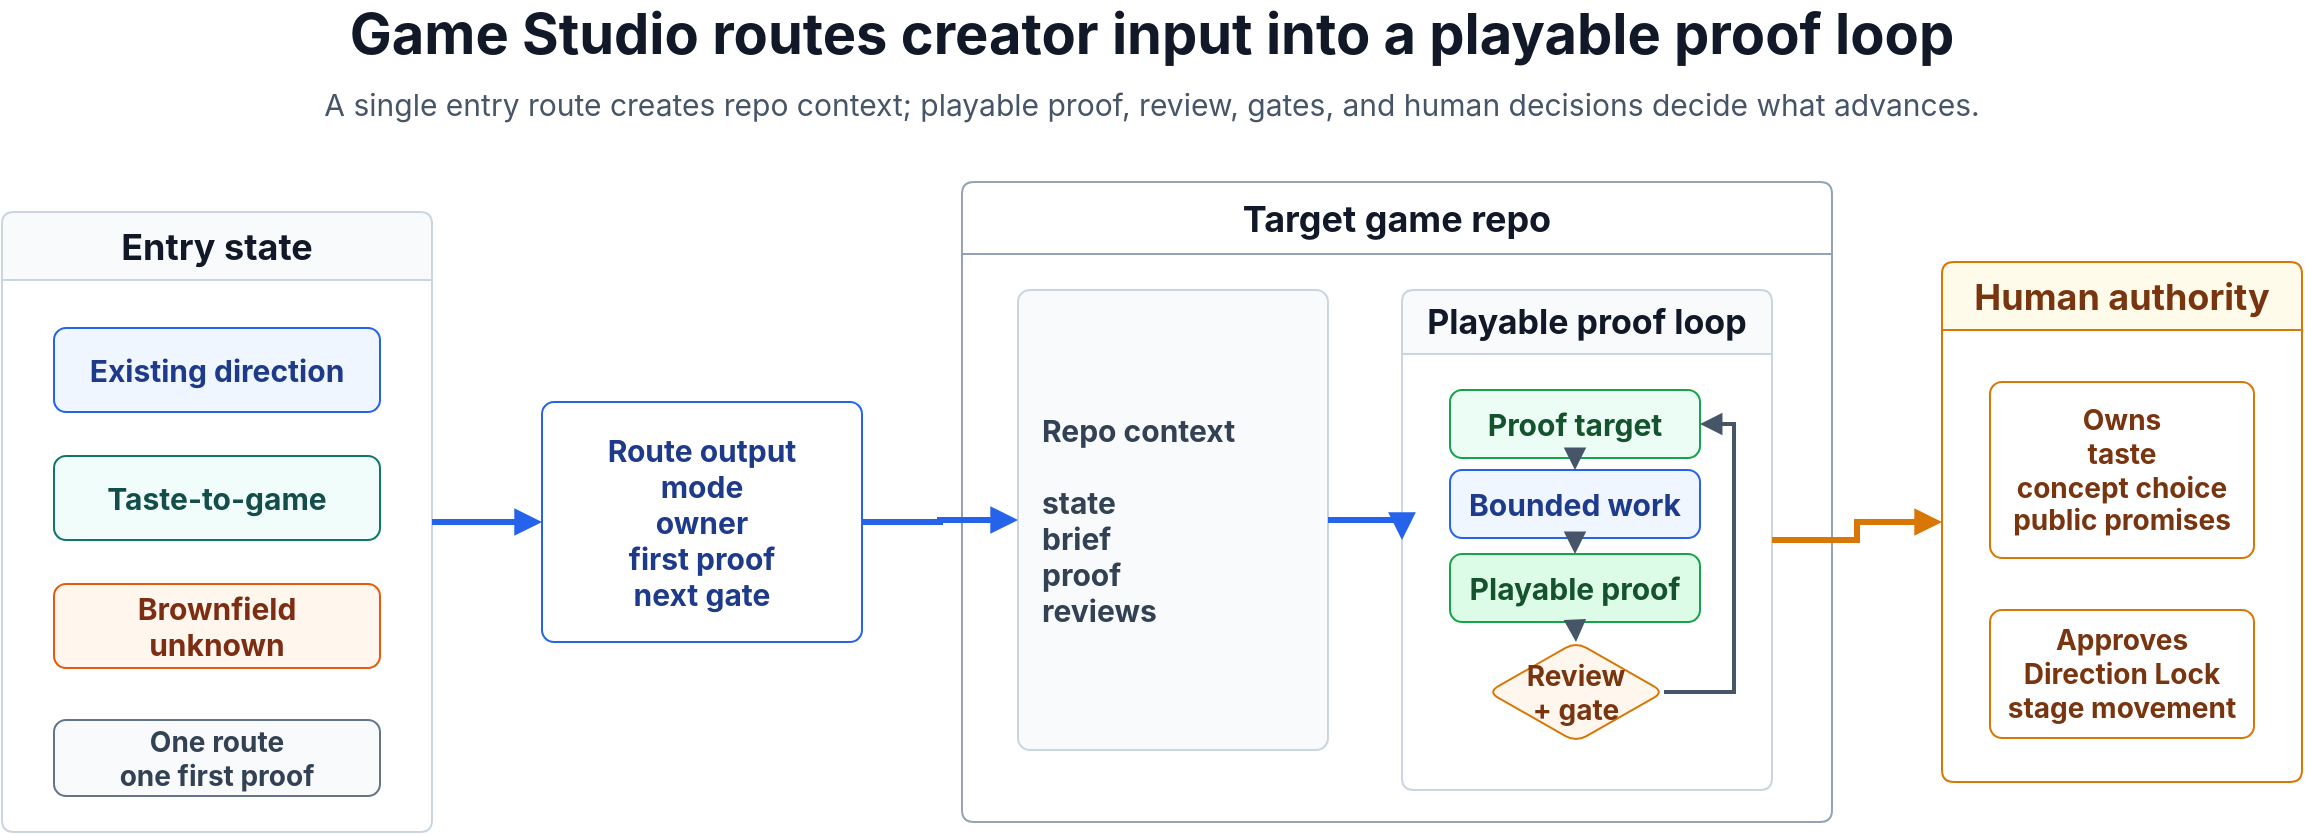
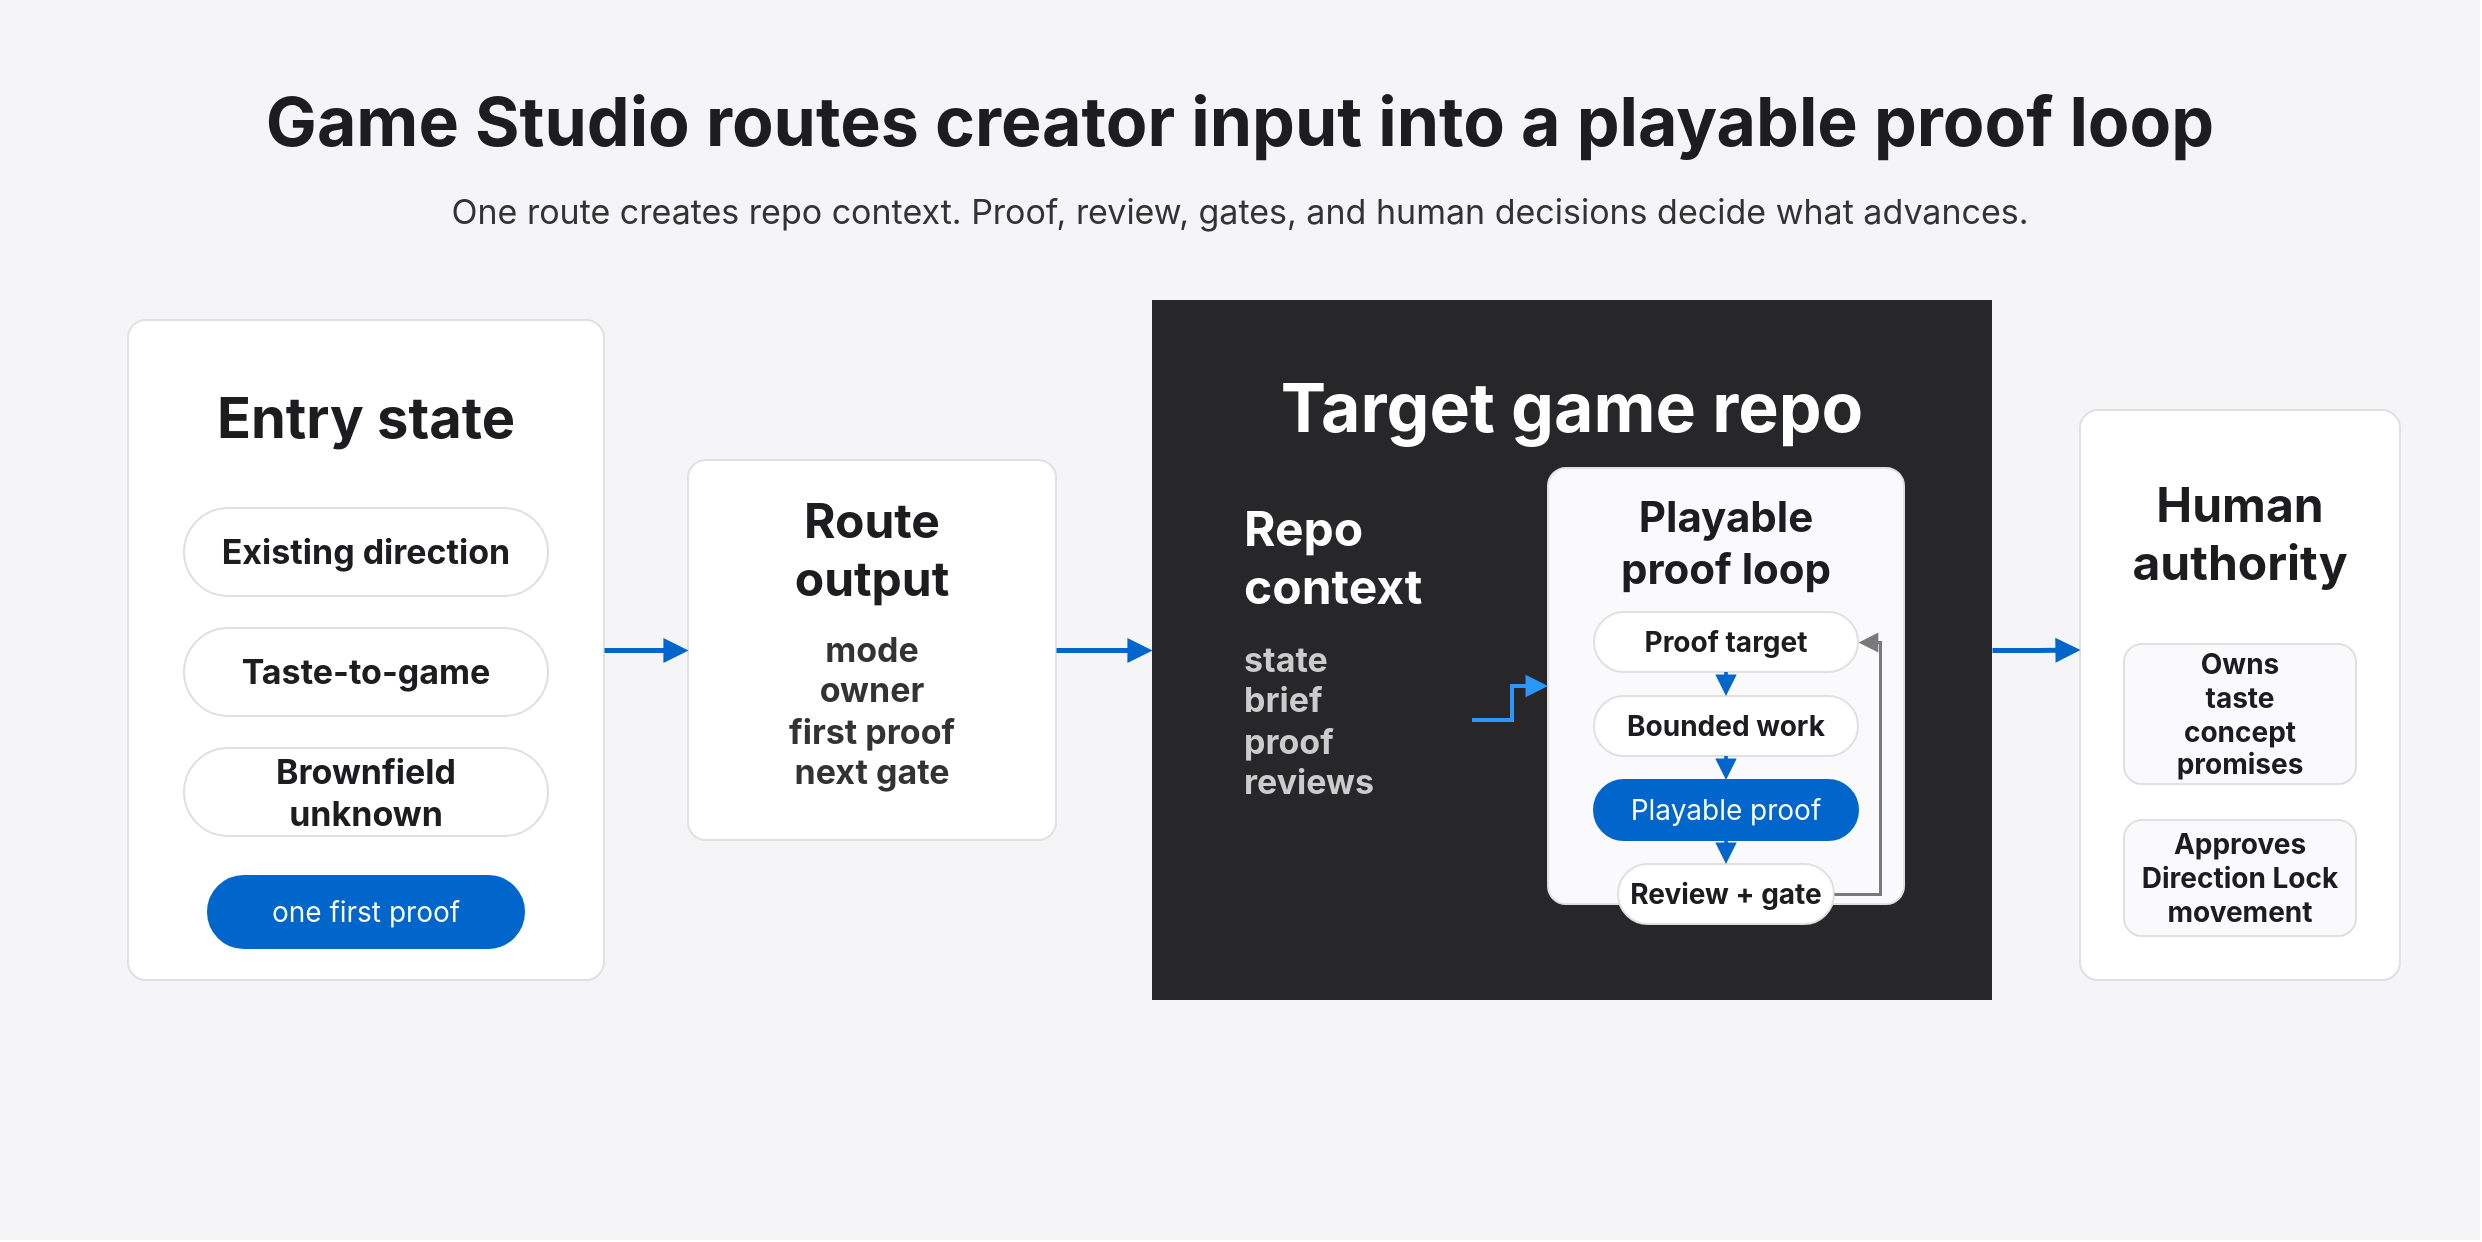
<mxfile host="app.diagrams.net" modified="2026-05-05T00:00:00.000Z" agent="Codex" version="24.7.17" type="device">
  <diagram id="game-studio-system-map" name="Game Studio system map">
-     <mxGraphModel dx="1240" dy="520" grid="1" gridSize="10" guides="1" tooltips="1" connect="1" arrows="1" fold="1" page="1" pageScale="1" pageWidth="1240" pageHeight="520" math="0" shadow="0" adaptiveColors="auto">
+     <mxGraphModel dx="1240" dy="620" grid="1" gridSize="10" guides="1" tooltips="1" connect="1" arrows="1" fold="1" page="1" pageScale="1" pageWidth="1240" pageHeight="620" math="0" shadow="0" adaptiveColors="auto">
      <root>
        <mxCell id="0" />
        <mxCell id="1" parent="0" />
-         <mxCell id="title" value="Game Studio routes creator input into a playable proof loop" style="text;html=1;fontFamily=Inter,Helvetica,Arial;strokeColor=none;fillColor=none;align=center;verticalAlign=middle;whiteSpace=wrap;rounded=0;fontSize=28;fontStyle=1;fontColor=#111827;" vertex="1" parent="1">
-           <mxGeometry x="80" y="24" width="1080" height="34" as="geometry" />
+         <mxCell id="canvas" value="" style="rounded=0;whiteSpace=wrap;fillColor=#F5F5F7;strokeColor=none;container=1;pointerEvents=0;html=1;" vertex="1" parent="1">
+           <mxGeometry x="0" y="0" width="1240" height="620" as="geometry" />
        </mxCell>
-         <mxCell id="subtitle" value="A single entry route creates repo context; playable proof, review, gates, and human decisions decide what advances." style="text;html=1;fontFamily=Inter,Helvetica,Arial;strokeColor=none;fillColor=none;align=center;verticalAlign=middle;whiteSpace=wrap;rounded=0;fontSize=15;fontColor=#475569;" vertex="1" parent="1">
-           <mxGeometry x="190" y="62" width="860" height="28" as="geometry" />
+         <mxCell id="title" value="Game Studio routes creator input into a playable proof loop" style="text;fontFamily=SF Pro Display,-apple-system,BlinkMacSystemFont,Inter,Helvetica,Arial;strokeColor=none;fillColor=none;align=center;verticalAlign=middle;whiteSpace=wrap;rounded=0;fontSize=34;fontStyle=1;fontColor=#1D1D1F;html=1;" vertex="1" parent="1">
+           <mxGeometry x="130" y="40" width="980" height="42" as="geometry" />
        </mxCell>
-         <mxCell id="entry-zone" value="Entry state" style="swimlane;html=1;fontFamily=Inter,Helvetica,Arial;rounded=1;absoluteArcSize=1;arcSize=12;spacing=8;startSize=34;whiteSpace=wrap;container=1;collapsible=0;recursiveResize=0;fillColor=#F8FAFC;strokeColor=#CBD5E1;fontStyle=1;fontSize=18;fontColor=#111827;" vertex="1" parent="1">
-           <mxGeometry x="45" y="130" width="215" height="310" as="geometry" />
+         <mxCell id="subtitle" value="One route creates repo context. Proof, review, gates, and human decisions decide what advances." style="text;fontFamily=SF Pro Text,-apple-system,BlinkMacSystemFont,Inter,Helvetica,Arial;strokeColor=none;fillColor=none;align=center;verticalAlign=middle;whiteSpace=wrap;rounded=0;fontSize=17;fontColor=#333333;html=1;" vertex="1" parent="1">
+           <mxGeometry x="220" y="92" width="800" height="28" as="geometry" />
        </mxCell>
-         <mxCell id="entry-direction" value="Existing direction" style="rounded=1;absoluteArcSize=1;arcSize=12;whiteSpace=wrap;fontFamily=Inter,Helvetica,Arial;spacing=8;fillColor=#EFF6FF;strokeColor=#2563EB;fontColor=#1E3A8A;fontSize=15;fontStyle=1;html=1;" vertex="1" parent="entry-zone">
-           <mxGeometry x="26" y="58" width="163" height="42" as="geometry" />
+         <mxCell id="entry-card" value="" style="rounded=1;absoluteArcSize=1;arcSize=18;whiteSpace=wrap;fillColor=#FFFFFF;strokeColor=#E0E0E0;container=1;pointerEvents=0;html=1;" vertex="1" parent="1">
+           <mxGeometry x="64" y="160" width="238" height="330" as="geometry" />
        </mxCell>
-         <mxCell id="entry-taste" value="Taste-to-game" style="rounded=1;absoluteArcSize=1;arcSize=12;whiteSpace=wrap;fontFamily=Inter,Helvetica,Arial;spacing=8;fillColor=#F0FDFA;strokeColor=#0F766E;fontColor=#134E4A;fontSize=15;fontStyle=1;html=1;" vertex="1" parent="entry-zone">
-           <mxGeometry x="26" y="122" width="163" height="42" as="geometry" />
+         <mxCell id="entry-heading" value="Entry state" style="text;fontFamily=SF Pro Display,-apple-system,BlinkMacSystemFont,Inter,Helvetica,Arial;strokeColor=none;fillColor=none;align=center;verticalAlign=middle;whiteSpace=wrap;rounded=0;fontSize=28;fontStyle=1;fontColor=#1D1D1F;html=1;" vertex="1" parent="1">
+           <mxGeometry x="92" y="192" width="182" height="34" as="geometry" />
        </mxCell>
-         <mxCell id="entry-brownfield" value="Brownfield unknown" style="rounded=1;absoluteArcSize=1;arcSize=12;whiteSpace=wrap;fontFamily=Inter,Helvetica,Arial;spacing=8;fillColor=#FFF7ED;strokeColor=#EA580C;fontColor=#7C2D12;fontSize=15;fontStyle=1;html=1;" vertex="1" parent="entry-zone">
-           <mxGeometry x="26" y="186" width="163" height="42" as="geometry" />
+         <mxCell id="entry-direction" value="Existing direction" style="rounded=1;absoluteArcSize=1;arcSize=999;whiteSpace=wrap;fontFamily=SF Pro Text,-apple-system,BlinkMacSystemFont,Inter,Helvetica,Arial;spacing=8;fillColor=#FFFFFF;strokeColor=#E0E0E0;fontColor=#1D1D1F;fontSize=17;fontStyle=1;align=center;html=1;" vertex="1" parent="1">
+           <mxGeometry x="92" y="254" width="182" height="44" as="geometry" />
        </mxCell>
-         <mxCell id="entry-note" value="One route&#xa;one first proof" style="rounded=1;absoluteArcSize=1;arcSize=12;whiteSpace=wrap;fontFamily=Inter,Helvetica,Arial;spacing=8;fillColor=#F8FAFC;strokeColor=#64748B;fontColor=#334155;fontSize=14;fontStyle=1;align=center;html=1;" vertex="1" parent="entry-zone">
-           <mxGeometry x="26" y="254" width="163" height="38" as="geometry" />
+         <mxCell id="entry-taste" value="Taste-to-game" style="rounded=1;absoluteArcSize=1;arcSize=999;whiteSpace=wrap;fontFamily=SF Pro Text,-apple-system,BlinkMacSystemFont,Inter,Helvetica,Arial;spacing=8;fillColor=#FFFFFF;strokeColor=#E0E0E0;fontColor=#1D1D1F;fontSize=17;fontStyle=1;align=center;html=1;" vertex="1" parent="1">
+           <mxGeometry x="92" y="314" width="182" height="44" as="geometry" />
        </mxCell>
-         <mxCell id="route-card" value="Route output&#xa;mode&#xa;owner&#xa;first proof&#xa;next gate" style="rounded=1;absoluteArcSize=1;arcSize=12;whiteSpace=wrap;fontFamily=Inter,Helvetica,Arial;spacing=10;fillColor=#FFFFFF;strokeColor=#2563EB;fontColor=#1E3A8A;fontSize=15;fontStyle=1;align=center;verticalAlign=middle;html=1;" vertex="1" parent="1">
-           <mxGeometry x="315" y="225" width="160" height="120" as="geometry" />
+         <mxCell id="entry-brownfield" value="Brownfield unknown" style="rounded=1;absoluteArcSize=1;arcSize=999;whiteSpace=wrap;fontFamily=SF Pro Text,-apple-system,BlinkMacSystemFont,Inter,Helvetica,Arial;spacing=8;fillColor=#FFFFFF;strokeColor=#E0E0E0;fontColor=#1D1D1F;fontSize=17;fontStyle=1;align=center;html=1;" vertex="1" parent="1">
+           <mxGeometry x="92" y="374" width="182" height="44" as="geometry" />
        </mxCell>
-         <mxCell id="repo-zone" value="Target game repo" style="swimlane;html=1;fontFamily=Inter,Helvetica,Arial;rounded=1;absoluteArcSize=1;arcSize=12;spacing=8;startSize=36;whiteSpace=wrap;container=1;collapsible=0;recursiveResize=0;fillColor=#FFFFFF;strokeColor=#94A3B8;fontStyle=1;fontSize=18;fontColor=#111827;" vertex="1" parent="1">
-           <mxGeometry x="525" y="115" width="435" height="320" as="geometry" />
+         <mxCell id="entry-first-proof" value="one first proof" style="rounded=1;absoluteArcSize=1;arcSize=999;whiteSpace=wrap;fontFamily=SF Pro Text,-apple-system,BlinkMacSystemFont,Inter,Helvetica,Arial;spacing=8;fillColor=#0066CC;strokeColor=#0066CC;fontColor=#FFFFFF;fontSize=14;align=center;html=1;" vertex="1" parent="1">
+           <mxGeometry x="104" y="438" width="158" height="36" as="geometry" />
        </mxCell>
-         <mxCell id="context-card" value="Repo context&#xa;&#xa;state&#xa;brief&#xa;proof&#xa;reviews" style="rounded=1;absoluteArcSize=1;arcSize=12;whiteSpace=wrap;fontFamily=Inter,Helvetica,Arial;spacing=12;fillColor=#F8FAFC;strokeColor=#CBD5E1;fontColor=#334155;fontSize=15;align=left;verticalAlign=middle;fontStyle=1;html=1;" vertex="1" parent="repo-zone">
-           <mxGeometry x="28" y="54" width="155" height="230" as="geometry" />
+         <mxCell id="route-card" value="" style="rounded=1;absoluteArcSize=1;arcSize=18;whiteSpace=wrap;fillColor=#FFFFFF;strokeColor=#E0E0E0;container=1;pointerEvents=0;html=1;" vertex="1" parent="1">
+           <mxGeometry x="344" y="230" width="184" height="190" as="geometry" />
        </mxCell>
-         <mxCell id="loop-zone" value="Playable proof loop" style="swimlane;html=1;fontFamily=Inter,Helvetica,Arial;rounded=1;absoluteArcSize=1;arcSize=12;spacing=8;startSize=32;whiteSpace=wrap;container=1;collapsible=0;recursiveResize=0;fillColor=#F8FAFC;strokeColor=#CBD5E1;fontStyle=1;fontSize=17;fontColor=#111827;" vertex="1" parent="repo-zone">
-           <mxGeometry x="220" y="54" width="185" height="250" as="geometry" />
+         <mxCell id="route-title" value="Route output" style="text;fontFamily=SF Pro Display,-apple-system,BlinkMacSystemFont,Inter,Helvetica,Arial;strokeColor=none;fillColor=none;align=center;verticalAlign=middle;whiteSpace=wrap;rounded=0;fontSize=24;fontStyle=1;fontColor=#1D1D1F;html=1;" vertex="1" parent="1">
+           <mxGeometry x="372" y="260" width="128" height="30" as="geometry" />
        </mxCell>
-         <mxCell id="loop-target" value="Proof target" style="rounded=1;absoluteArcSize=1;arcSize=12;whiteSpace=wrap;fontFamily=Inter,Helvetica,Arial;spacing=8;fillColor=#ECFDF5;strokeColor=#16A34A;fontColor=#14532D;fontSize=15;fontStyle=1;align=center;html=1;" vertex="1" parent="loop-zone">
-           <mxGeometry x="24" y="50" width="125" height="34" as="geometry" />
+         <mxCell id="route-list" value="mode&#xa;owner&#xa;first proof&#xa;next gate" style="text;fontFamily=SF Pro Text,-apple-system,BlinkMacSystemFont,Inter,Helvetica,Arial;strokeColor=none;fillColor=none;align=center;verticalAlign=middle;whiteSpace=wrap;rounded=0;fontSize=17;fontStyle=1;fontColor=#333333;html=1;" vertex="1" parent="1">
+           <mxGeometry x="384" y="314" width="104" height="82" as="geometry" />
        </mxCell>
-         <mxCell id="loop-work" value="Bounded work" style="rounded=1;absoluteArcSize=1;arcSize=12;whiteSpace=wrap;fontFamily=Inter,Helvetica,Arial;spacing=8;fillColor=#EFF6FF;strokeColor=#2563EB;fontColor=#1E3A8A;fontSize=15;fontStyle=1;align=center;html=1;" vertex="1" parent="loop-zone">
-           <mxGeometry x="24" y="90" width="125" height="34" as="geometry" />
+         <mxCell id="repo-tile" value="" style="rounded=0;whiteSpace=wrap;fillColor=#272729;strokeColor=none;container=1;pointerEvents=0;html=1;" vertex="1" parent="1">
+           <mxGeometry x="576" y="150" width="420" height="350" as="geometry" />
        </mxCell>
-         <mxCell id="loop-proof" value="Playable proof" style="rounded=1;absoluteArcSize=1;arcSize=12;whiteSpace=wrap;fontFamily=Inter,Helvetica,Arial;spacing=8;fillColor=#DCFCE7;strokeColor=#16A34A;fontColor=#14532D;fontSize=15;fontStyle=1;align=center;html=1;" vertex="1" parent="loop-zone">
-           <mxGeometry x="24" y="132" width="125" height="34" as="geometry" />
+         <mxCell id="repo-title" value="Target game repo" style="text;fontFamily=SF Pro Display,-apple-system,BlinkMacSystemFont,Inter,Helvetica,Arial;strokeColor=none;fillColor=none;align=center;verticalAlign=middle;whiteSpace=wrap;rounded=0;fontSize=34;fontStyle=1;fontColor=#FFFFFF;html=1;" vertex="1" parent="1">
+           <mxGeometry x="614" y="184" width="344" height="40" as="geometry" />
        </mxCell>
-         <mxCell id="loop-review" value="Review&#xa;+ gate" style="rhombus;rounded=1;absoluteArcSize=1;arcSize=12;whiteSpace=wrap;fontFamily=Inter,Helvetica,Arial;spacing=8;fillColor=#FFF7ED;strokeColor=#D97706;fontColor=#78350F;fontSize=14;fontStyle=1;align=center;html=1;" vertex="1" parent="loop-zone">
-           <mxGeometry x="43" y="176" width="88" height="50" as="geometry" />
+         <mxCell id="context-title" value="Repo context" style="text;fontFamily=SF Pro Display,-apple-system,BlinkMacSystemFont,Inter,Helvetica,Arial;strokeColor=none;fillColor=none;align=left;verticalAlign=middle;whiteSpace=wrap;rounded=0;fontSize=24;fontStyle=1;fontColor=#FFFFFF;html=1;" vertex="1" parent="1">
+           <mxGeometry x="620" y="264" width="150" height="30" as="geometry" />
        </mxCell>
-         <mxCell id="human-zone" value="Human authority" style="swimlane;html=1;fontFamily=Inter,Helvetica,Arial;rounded=1;absoluteArcSize=1;arcSize=12;spacing=8;startSize=34;whiteSpace=wrap;container=1;collapsible=0;recursiveResize=0;fillColor=#FFFBEB;strokeColor=#D97706;fontStyle=1;fontSize=18;fontColor=#78350F;" vertex="1" parent="1">
-           <mxGeometry x="1015" y="155" width="180" height="260" as="geometry" />
+         <mxCell id="context-list" value="state&#xa;brief&#xa;proof&#xa;reviews" style="text;fontFamily=SF Pro Text,-apple-system,BlinkMacSystemFont,Inter,Helvetica,Arial;strokeColor=none;fillColor=none;align=left;verticalAlign=middle;whiteSpace=wrap;rounded=0;fontSize=17;fontStyle=1;fontColor=#CCCCCC;html=1;" vertex="1" parent="1">
+           <mxGeometry x="620" y="318" width="116" height="84" as="geometry" />
        </mxCell>
-         <mxCell id="human-owns" value="Owns&#xa;taste&#xa;concept choice&#xa;public promises" style="rounded=1;absoluteArcSize=1;arcSize=12;whiteSpace=wrap;fontFamily=Inter,Helvetica,Arial;spacing=8;fillColor=#FFFFFF;strokeColor=#D97706;fontColor=#78350F;fontSize=14;fontStyle=1;align=center;html=1;" vertex="1" parent="human-zone">
-           <mxGeometry x="24" y="60" width="132" height="88" as="geometry" />
+         <mxCell id="proof-card" value="" style="rounded=1;absoluteArcSize=1;arcSize=18;whiteSpace=wrap;fillColor=#FAFAFC;strokeColor=#E0E0E0;container=1;pointerEvents=0;html=1;" vertex="1" parent="1">
+           <mxGeometry x="774" y="234" width="178" height="218" as="geometry" />
        </mxCell>
-         <mxCell id="human-stage" value="Approves&#xa;Direction Lock&#xa;stage movement" style="rounded=1;absoluteArcSize=1;arcSize=12;whiteSpace=wrap;fontFamily=Inter,Helvetica,Arial;spacing=8;fillColor=#FFFFFF;strokeColor=#D97706;fontColor=#78350F;fontSize=14;fontStyle=1;align=center;html=1;" vertex="1" parent="human-zone">
-           <mxGeometry x="24" y="174" width="132" height="64" as="geometry" />
+         <mxCell id="proof-title" value="Playable proof loop" style="text;fontFamily=SF Pro Display,-apple-system,BlinkMacSystemFont,Inter,Helvetica,Arial;strokeColor=none;fillColor=none;align=center;verticalAlign=middle;whiteSpace=wrap;rounded=0;fontSize=21;fontStyle=1;fontColor=#1D1D1F;html=1;" vertex="1" parent="1">
+           <mxGeometry x="796" y="258" width="134" height="26" as="geometry" />
        </mxCell>
-         <mxCell id="entry-to-route" value="" style="edgeStyle=orthogonalEdgeStyle;rounded=0;orthogonalLoop=1;jettySize=auto;fontFamily=Inter,Helvetica,Arial;strokeColor=#2563EB;strokeWidth=3;fontColor=#1D4ED8;fontSize=13;endArrow=block;endFill=1;exitX=1;exitY=0.5;entryX=0;entryY=0.5;html=1;" edge="1" parent="1" source="entry-zone" target="route-card">
+         <mxCell id="proof-target" value="Proof target" style="rounded=1;absoluteArcSize=1;arcSize=999;whiteSpace=wrap;fontFamily=SF Pro Text,-apple-system,BlinkMacSystemFont,Inter,Helvetica,Arial;spacing=6;fillColor=#FFFFFF;strokeColor=#E0E0E0;fontColor=#1D1D1F;fontSize=14;fontStyle=1;align=center;html=1;" vertex="1" parent="1">
+           <mxGeometry x="797" y="306" width="132" height="30" as="geometry" />
+         </mxCell>
+         <mxCell id="proof-work" value="Bounded work" style="rounded=1;absoluteArcSize=1;arcSize=999;whiteSpace=wrap;fontFamily=SF Pro Text,-apple-system,BlinkMacSystemFont,Inter,Helvetica,Arial;spacing=6;fillColor=#FFFFFF;strokeColor=#E0E0E0;fontColor=#1D1D1F;fontSize=14;fontStyle=1;align=center;html=1;" vertex="1" parent="1">
+           <mxGeometry x="797" y="348" width="132" height="30" as="geometry" />
+         </mxCell>
+         <mxCell id="proof-playable" value="Playable proof" style="rounded=1;absoluteArcSize=1;arcSize=999;whiteSpace=wrap;fontFamily=SF Pro Text,-apple-system,BlinkMacSystemFont,Inter,Helvetica,Arial;spacing=6;fillColor=#0066CC;strokeColor=#0066CC;fontColor=#FFFFFF;fontSize=14;align=center;html=1;" vertex="1" parent="1">
+           <mxGeometry x="797" y="390" width="132" height="30" as="geometry" />
+         </mxCell>
+         <mxCell id="proof-review" value="Review + gate" style="rounded=1;absoluteArcSize=1;arcSize=999;whiteSpace=wrap;fontFamily=SF Pro Text,-apple-system,BlinkMacSystemFont,Inter,Helvetica,Arial;spacing=6;fillColor=#FFFFFF;strokeColor=#E0E0E0;fontColor=#1D1D1F;fontSize=14;fontStyle=1;align=center;html=1;" vertex="1" parent="1">
+           <mxGeometry x="809" y="432" width="108" height="30" as="geometry" />
+         </mxCell>
+         <mxCell id="human-card" value="" style="rounded=1;absoluteArcSize=1;arcSize=18;whiteSpace=wrap;fillColor=#FFFFFF;strokeColor=#E0E0E0;container=1;pointerEvents=0;html=1;" vertex="1" parent="1">
+           <mxGeometry x="1040" y="205" width="160" height="285" as="geometry" />
+         </mxCell>
+         <mxCell id="human-title" value="Human&#xa;authority" style="text;fontFamily=SF Pro Display,-apple-system,BlinkMacSystemFont,Inter,Helvetica,Arial;strokeColor=none;fillColor=none;align=center;verticalAlign=middle;whiteSpace=wrap;rounded=0;fontSize=24;fontStyle=1;fontColor=#1D1D1F;html=1;" vertex="1" parent="1">
+           <mxGeometry x="1060" y="238" width="120" height="58" as="geometry" />
+         </mxCell>
+         <mxCell id="human-owns" value="Owns&#xa;taste&#xa;concept&#xa;promises" style="rounded=1;absoluteArcSize=1;arcSize=18;whiteSpace=wrap;fontFamily=SF Pro Text,-apple-system,BlinkMacSystemFont,Inter,Helvetica,Arial;spacing=8;fillColor=#FAFAFC;strokeColor=#E0E0E0;fontColor=#1D1D1F;fontSize=14;fontStyle=1;align=center;html=1;" vertex="1" parent="1">
+           <mxGeometry x="1062" y="322" width="116" height="70" as="geometry" />
+         </mxCell>
+         <mxCell id="human-approves" value="Approves&#xa;Direction Lock&#xa;movement" style="rounded=1;absoluteArcSize=1;arcSize=18;whiteSpace=wrap;fontFamily=SF Pro Text,-apple-system,BlinkMacSystemFont,Inter,Helvetica,Arial;spacing=8;fillColor=#FAFAFC;strokeColor=#E0E0E0;fontColor=#1D1D1F;fontSize=14;fontStyle=1;align=center;html=1;" vertex="1" parent="1">
+           <mxGeometry x="1062" y="410" width="116" height="58" as="geometry" />
+         </mxCell>
+         <mxCell id="entry-to-route" value="" style="edgeStyle=orthogonalEdgeStyle;rounded=0;orthogonalLoop=1;jettySize=auto;fontFamily=SF Pro Text,-apple-system,BlinkMacSystemFont,Inter,Helvetica,Arial;strokeColor=#0066CC;strokeWidth=2.5;fontColor=#0066CC;fontSize=13;endArrow=block;endFill=1;exitX=1;exitY=0.5;entryX=0;entryY=0.5;html=1;" edge="1" parent="1" source="entry-card" target="route-card">
          <mxGeometry relative="1" as="geometry" />
        </mxCell>
-         <mxCell id="route-to-context" value="" style="edgeStyle=orthogonalEdgeStyle;rounded=0;orthogonalLoop=1;jettySize=auto;fontFamily=Inter,Helvetica,Arial;strokeColor=#2563EB;strokeWidth=3;fontColor=#1D4ED8;fontSize=13;endArrow=block;endFill=1;exitX=1;exitY=0.5;entryX=0;entryY=0.5;html=1;" edge="1" parent="1" source="route-card" target="context-card">
+         <mxCell id="route-to-repo" value="" style="edgeStyle=orthogonalEdgeStyle;rounded=0;orthogonalLoop=1;jettySize=auto;fontFamily=SF Pro Text,-apple-system,BlinkMacSystemFont,Inter,Helvetica,Arial;strokeColor=#0066CC;strokeWidth=2.5;fontColor=#0066CC;fontSize=13;endArrow=block;endFill=1;exitX=1;exitY=0.5;entryX=0;entryY=0.5;html=1;" edge="1" parent="1" source="route-card" target="repo-tile">
          <mxGeometry relative="1" as="geometry" />
        </mxCell>
-         <mxCell id="context-to-loop" value="" style="edgeStyle=orthogonalEdgeStyle;rounded=0;orthogonalLoop=1;jettySize=auto;fontFamily=Inter,Helvetica,Arial;strokeColor=#2563EB;strokeWidth=3;fontColor=#1D4ED8;fontSize=13;endArrow=block;endFill=1;exitX=1;exitY=0.5;entryX=0;entryY=0.5;html=1;" edge="1" parent="repo-zone" source="context-card" target="loop-zone">
+         <mxCell id="context-to-proof" value="" style="edgeStyle=orthogonalEdgeStyle;rounded=0;orthogonalLoop=1;jettySize=auto;fontFamily=SF Pro Text,-apple-system,BlinkMacSystemFont,Inter,Helvetica,Arial;strokeColor=#2997FF;strokeWidth=2;fontColor=#2997FF;fontSize=13;endArrow=block;endFill=1;exitX=1;exitY=0.5;entryX=0;entryY=0.5;html=1;" edge="1" parent="1" source="context-list" target="proof-card">
          <mxGeometry relative="1" as="geometry" />
        </mxCell>
-         <mxCell id="loop-to-human" value="" style="edgeStyle=orthogonalEdgeStyle;rounded=0;orthogonalLoop=1;jettySize=auto;fontFamily=Inter,Helvetica,Arial;strokeColor=#D97706;strokeWidth=3;fontColor=#92400E;fontSize=13;endArrow=block;endFill=1;exitX=1;exitY=0.5;entryX=0;entryY=0.5;html=1;" edge="1" parent="1" source="loop-zone" target="human-zone">
+         <mxCell id="repo-to-human" value="" style="edgeStyle=orthogonalEdgeStyle;rounded=0;orthogonalLoop=1;jettySize=auto;fontFamily=SF Pro Text,-apple-system,BlinkMacSystemFont,Inter,Helvetica,Arial;strokeColor=#0066CC;strokeWidth=2.5;fontColor=#0066CC;fontSize=13;endArrow=block;endFill=1;exitX=1;exitY=0.5;entryX=0;entryY=0.42;html=1;" edge="1" parent="1" source="repo-tile" target="human-card">
          <mxGeometry relative="1" as="geometry" />
        </mxCell>
-         <mxCell id="edge-loop-target-work" value="" style="edgeStyle=orthogonalEdgeStyle;rounded=0;orthogonalLoop=1;jettySize=auto;fontFamily=Inter,Helvetica,Arial;strokeColor=#475569;strokeWidth=2;endArrow=block;endFill=1;exitX=0.5;exitY=1;entryX=0.5;entryY=0;html=1;" edge="1" parent="loop-zone" source="loop-target" target="loop-work">
+         <mxCell id="edge-proof-target-work" value="" style="edgeStyle=orthogonalEdgeStyle;rounded=0;orthogonalLoop=1;jettySize=auto;fontFamily=SF Pro Text,-apple-system,BlinkMacSystemFont,Inter,Helvetica,Arial;strokeColor=#0066CC;strokeWidth=1.8;endArrow=block;endFill=1;exitX=0.5;exitY=1;entryX=0.5;entryY=0;html=1;" edge="1" parent="1" source="proof-target" target="proof-work">
          <mxGeometry relative="1" as="geometry" />
        </mxCell>
-         <mxCell id="edge-loop-work-proof" value="" style="edgeStyle=orthogonalEdgeStyle;rounded=0;orthogonalLoop=1;jettySize=auto;fontFamily=Inter,Helvetica,Arial;strokeColor=#475569;strokeWidth=2;endArrow=block;endFill=1;exitX=0.5;exitY=1;entryX=0.5;entryY=0;html=1;" edge="1" parent="loop-zone" source="loop-work" target="loop-proof">
+         <mxCell id="edge-proof-work-playable" value="" style="edgeStyle=orthogonalEdgeStyle;rounded=0;orthogonalLoop=1;jettySize=auto;fontFamily=SF Pro Text,-apple-system,BlinkMacSystemFont,Inter,Helvetica,Arial;strokeColor=#0066CC;strokeWidth=1.8;endArrow=block;endFill=1;exitX=0.5;exitY=1;entryX=0.5;entryY=0;html=1;" edge="1" parent="1" source="proof-work" target="proof-playable">
          <mxGeometry relative="1" as="geometry" />
        </mxCell>
-         <mxCell id="edge-loop-proof-review" value="" style="edgeStyle=orthogonalEdgeStyle;rounded=0;orthogonalLoop=1;jettySize=auto;fontFamily=Inter,Helvetica,Arial;strokeColor=#475569;strokeWidth=2;endArrow=block;endFill=1;exitX=0.5;exitY=1;entryX=0.5;entryY=0;html=1;" edge="1" parent="loop-zone" source="loop-proof" target="loop-review">
+         <mxCell id="edge-proof-playable-review" value="" style="edgeStyle=orthogonalEdgeStyle;rounded=0;orthogonalLoop=1;jettySize=auto;fontFamily=SF Pro Text,-apple-system,BlinkMacSystemFont,Inter,Helvetica,Arial;strokeColor=#0066CC;strokeWidth=1.8;endArrow=block;endFill=1;exitX=0.5;exitY=1;entryX=0.5;entryY=0;html=1;" edge="1" parent="1" source="proof-playable" target="proof-review">
          <mxGeometry relative="1" as="geometry" />
        </mxCell>
-         <mxCell id="edge-loop-review-target" value="" style="edgeStyle=orthogonalEdgeStyle;rounded=0;orthogonalLoop=1;jettySize=auto;fontFamily=Inter,Helvetica,Arial;strokeColor=#475569;strokeWidth=2;fontColor=#475569;fontSize=12;endArrow=block;endFill=1;exitX=1;exitY=0.5;entryX=1;entryY=0.5;html=1;" edge="1" parent="loop-zone" source="loop-review" target="loop-target">
+         <mxCell id="edge-proof-review-target" value="" style="edgeStyle=orthogonalEdgeStyle;rounded=0;orthogonalLoop=1;jettySize=auto;fontFamily=SF Pro Text,-apple-system,BlinkMacSystemFont,Inter,Helvetica,Arial;strokeColor=#7A7A7A;strokeWidth=1.5;fontColor=#7A7A7A;fontSize=12;endArrow=block;endFill=1;exitX=1;exitY=0.5;entryX=1;entryY=0.5;html=1;" edge="1" parent="1" source="proof-review" target="proof-target">
          <mxGeometry relative="1" as="geometry">
            <Array as="points">
-               <mxPoint x="166" y="201" />
-               <mxPoint x="166" y="67" />
+               <mxPoint x="940" y="447" />
+               <mxPoint x="940" y="321" />
            </Array>
          </mxGeometry>
        </mxCell>
      </root>
    </mxGraphModel>
  </diagram>
</mxfile>
